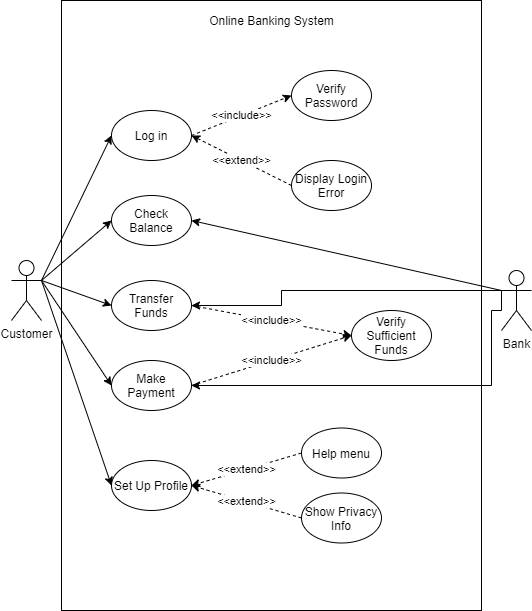
Earlier version of the draw.io export OnlineBankingSystem.png (ester-naranjo-rodrigo/demo). Source tidied: cells renumbered, new cells last; positions are measured from the earlier drawing's top-left corner, leaving out a move shared by most shapes.
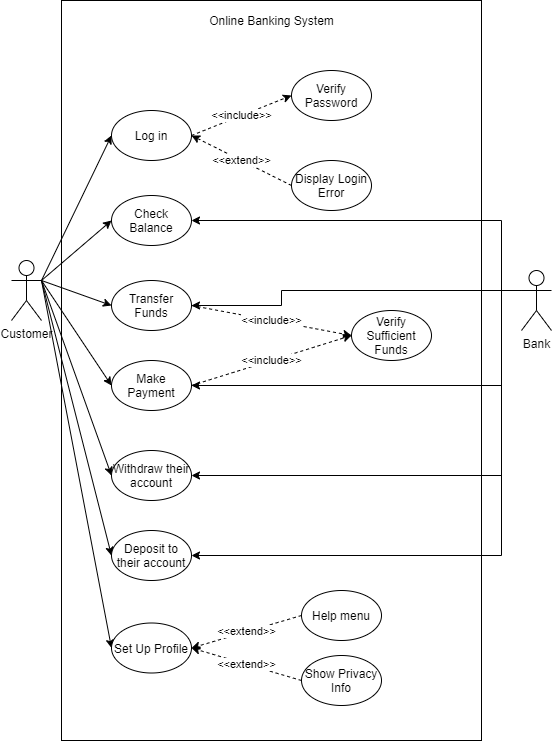
Above is the later version.

Diff of the diagram source:
```diff
@@ -3,7 +3,7 @@
     <mxCell id="0" />
     <mxCell id="1" parent="0" />
     <mxCell id="2" style="rounded=0;whiteSpace=wrap;html=1;" parent="1" vertex="1">
-      <mxGeometry x="50" width="420" height="610" as="geometry" />
+      <mxGeometry x="50" width="420" height="740" as="geometry" />
     </mxCell>
     <mxCell id="3" value="Online Banking System" style="text;html=1;strokeColor=none;fillColor=none;align=center;verticalAlign=middle;whiteSpace=wrap;rounded=0;" parent="1" vertex="1">
       <mxGeometry x="182.5" y="10" width="155" height="20" as="geometry" />
@@ -23,11 +23,22 @@
     <mxCell id="8" style="edgeStyle=none;rounded=0;jettySize=auto;html=1;exitX=1;exitY=0.3333333333333333;exitDx=0;exitDy=0;exitPerimeter=0;entryX=0;entryY=0.5;entryDx=0;entryDy=0;" parent="1" edge="1" source="9" target="21">
       <mxGeometry relative="1" as="geometry" />
     </mxCell>
+    <mxCell id="30" style="rounded=0;jettySize=auto;html=1;exitX=1;exitY=0.3333333333333333;exitDx=0;exitDy=0;exitPerimeter=0;entryX=0;entryY=0.5;entryDx=0;entryDy=0;" parent="1" edge="1" source="9" target="34">
+      <mxGeometry relative="1" as="geometry" />
+    </mxCell>
+    <mxCell id="31" style="edgeStyle=none;rounded=0;jettySize=auto;html=1;exitX=1;exitY=0.3333333333333333;exitDx=0;exitDy=0;exitPerimeter=0;entryX=0;entryY=0.5;entryDx=0;entryDy=0;" parent="1" edge="1" source="9" target="35">
+      <mxGeometry relative="1" as="geometry" />
+    </mxCell>
     <mxCell id="9" value="Customer" style="shape=umlActor;verticalLabelPosition=bottom;verticalAlign=top;html=1;outlineConnect=0;" parent="1" vertex="1">
       <mxGeometry y="260" width="30" height="60" as="geometry" />
     </mxCell>
-    <mxCell id="10" style="edgeStyle=none;rounded=0;jettySize=auto;html=1;exitX=0;exitY=0.3333333333333333;exitDx=0;exitDy=0;exitPerimeter=0;entryX=1;entryY=0.5;entryDx=0;entryDy=0;" parent="1" edge="1" source="13" target="16">
-      <mxGeometry relative="1" as="geometry" />
+    <mxCell id="10" style="edgeStyle=orthogonalEdgeStyle;rounded=0;jettySize=auto;html=1;exitX=0;exitY=0.3333333333333333;exitDx=0;exitDy=0;exitPerimeter=0;entryX=1;entryY=0.5;entryDx=0;entryDy=0;" parent="1" edge="1" source="13" target="16">
+      <mxGeometry relative="1" as="geometry">
+        <Array as="points">
+          <mxPoint x="490" y="290" />
+          <mxPoint x="490" y="220" />
+        </Array>
+      </mxGeometry>
     </mxCell>
     <mxCell id="11" style="edgeStyle=orthogonalEdgeStyle;rounded=0;jettySize=auto;html=1;exitX=0;exitY=0.3333333333333333;exitDx=0;exitDy=0;exitPerimeter=0;entryX=1;entryY=0.5;entryDx=0;entryDy=0;" parent="1" edge="1" source="13" target="18">
       <mxGeometry relative="1" as="geometry">
@@ -40,14 +51,26 @@
     <mxCell id="12" style="rounded=0;jettySize=auto;html=1;exitX=0;exitY=0.3333333333333333;exitDx=0;exitDy=0;exitPerimeter=0;entryX=1;entryY=0.5;entryDx=0;entryDy=0;elbow=vertical;edgeStyle=orthogonalEdgeStyle;" parent="1" edge="1" source="13" target="20">
       <mxGeometry relative="1" as="geometry">
         <Array as="points">
-          <mxPoint x="490" y="310" />
-          <mxPoint x="480" y="310" />
-          <mxPoint x="480" y="385" />
+          <mxPoint x="490" y="385" />
         </Array>
       </mxGeometry>
     </mxCell>
+    <mxCell id="32" style="edgeStyle=orthogonalEdgeStyle;rounded=0;jettySize=auto;html=1;exitX=0;exitY=0.3333333333333333;exitDx=0;exitDy=0;exitPerimeter=0;entryX=1;entryY=0.5;entryDx=0;entryDy=0;" parent="1" edge="1" source="13" target="34">
+      <mxGeometry relative="1" as="geometry">
+        <Array as="points">
+          <mxPoint x="490" y="475" />
+        </Array>
+      </mxGeometry>
+    </mxCell>
+    <mxCell id="33" style="edgeStyle=orthogonalEdgeStyle;rounded=0;jettySize=auto;html=1;exitX=0;exitY=0.3333333333333333;exitDx=0;exitDy=0;exitPerimeter=0;entryX=1;entryY=0.5;entryDx=0;entryDy=0;" parent="1" edge="1" source="13" target="35">
+      <mxGeometry relative="1" as="geometry">
+        <Array as="points">
+          <mxPoint x="490" y="555" />
+        </Array>
+      </mxGeometry>
+    </mxCell>
     <mxCell id="13" value="Bank" style="shape=umlActor;verticalLabelPosition=bottom;verticalAlign=top;html=1;outlineConnect=0;" parent="1" vertex="1">
-      <mxGeometry x="490" y="270" width="30" height="60" as="geometry" />
+      <mxGeometry x="510" y="270" width="30" height="60" as="geometry" />
     </mxCell>
     <mxCell id="14" value="&amp;lt;&amp;lt;include&amp;gt;&amp;gt;" style="rounded=0;jettySize=auto;html=1;exitX=1;exitY=0.5;exitDx=0;exitDy=0;entryX=0;entryY=0.5;entryDx=0;entryDy=0;dashed=1;" parent="1" edge="1" source="15" target="22">
       <mxGeometry relative="1" as="geometry" />
@@ -71,7 +94,7 @@
       <mxGeometry x="100" y="360" width="80" height="50" as="geometry" />
     </mxCell>
     <mxCell id="21" value="Set Up Profile" style="ellipse;whiteSpace=wrap;html=1;" parent="1" vertex="1">
-      <mxGeometry x="100" y="460" width="80" height="50" as="geometry" />
+      <mxGeometry x="100" y="622.5" width="80" height="50" as="geometry" />
     </mxCell>
     <mxCell id="22" value="Verify Password" style="ellipse;whiteSpace=wrap;html=1;" parent="1" vertex="1">
       <mxGeometry x="280" y="70" width="80" height="50" as="geometry" />
@@ -89,13 +112,19 @@
       <mxGeometry relative="1" as="geometry" />
     </mxCell>
     <mxCell id="27" value="Help menu" style="ellipse;whiteSpace=wrap;html=1;" parent="1" vertex="1">
-      <mxGeometry x="290" y="427.5" width="80" height="50" as="geometry" />
+      <mxGeometry x="290" y="590" width="80" height="50" as="geometry" />
     </mxCell>
     <mxCell id="28" value="&amp;lt;&amp;lt;extend&amp;gt;&amp;gt;" style="edgeStyle=none;rounded=0;jettySize=auto;html=1;exitX=0;exitY=0.5;exitDx=0;exitDy=0;entryX=1;entryY=0.5;entryDx=0;entryDy=0;dashed=1;" parent="1" edge="1" source="29" target="21">
       <mxGeometry relative="1" as="geometry" />
     </mxCell>
     <mxCell id="29" value="Show Privacy Info" style="ellipse;whiteSpace=wrap;html=1;" parent="1" vertex="1">
-      <mxGeometry x="290" y="492.5" width="80" height="50" as="geometry" />
+      <mxGeometry x="290" y="655" width="80" height="50" as="geometry" />
     </mxCell>
+    <mxCell id="34" value="Withdraw their account" style="ellipse;whiteSpace=wrap;html=1;" parent="1" vertex="1">
+      <mxGeometry x="100" y="450" width="80" height="50" as="geometry" />
+    </mxCell>
+    <mxCell id="35" value="Deposit to their account" style="ellipse;whiteSpace=wrap;html=1;" parent="1" vertex="1">
+      <mxGeometry x="100" y="530" width="80" height="50" as="geometry" />
+    </mxCell>
   </root>
 </mxGraphModel>
```
